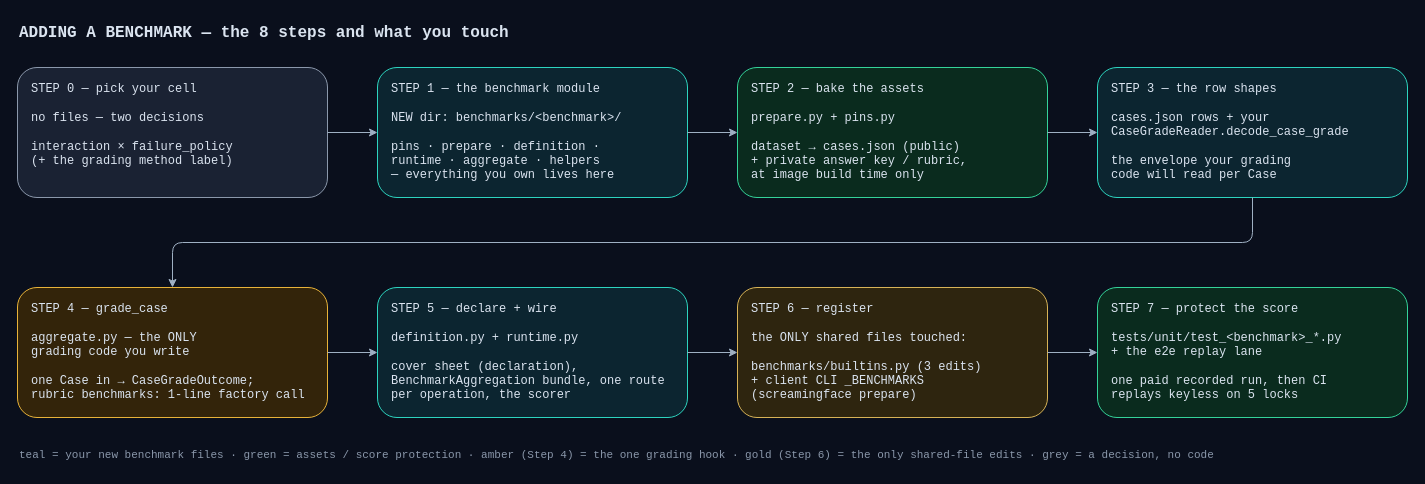
This is apps/screamingface-engine/docs/diagrams/benchmark-onboarding-steps.drawio from ScreamingFace/screamingface, a draw.io file, before an edit. Source tidied: cells renumbered, new cells numbered last; positions are measured from the earlier drawing's top-left corner, leaving out a move shared by most shapes. Both pictures are drawn from the tidied source at 100%, with x=0, y=0 at pixel (17, 17).
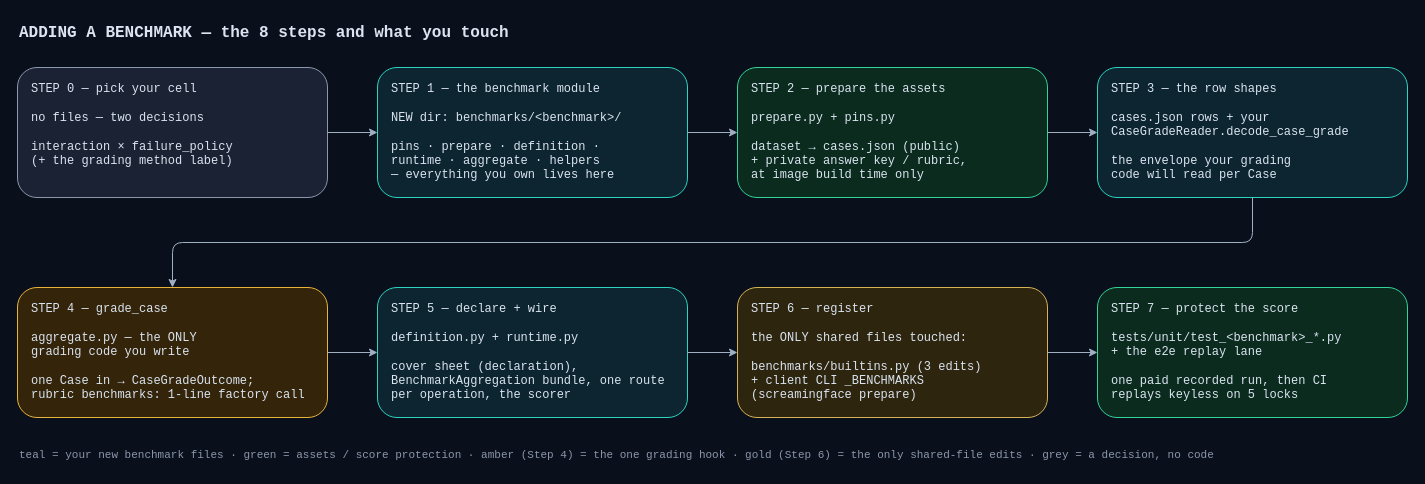
The same diagram, later.

What changed in the source:
```diff
@@
-    <mxCell id="5" value="STEP 2 — bake the assets&#10;&#10;prepare.py + pins.py&#10;&#10;dataset → cases.json (public)&#10;+ private answer key / rubric,&#10;at image build time only" style="rounded=1;whiteSpace=wrap;html=1;fillColor=#0a2b1e;strokeColor=#34d399;fontColor=#dbe4f0;fontFamily=Courier New;fontSize=12;align=left;spacingLeft=12;verticalAlign=top;spacingTop=8;" parent="1" vertex="1">
+    <mxCell id="5" value="STEP 2 — prepare the assets&#10;&#10;prepare.py + pins.py&#10;&#10;dataset → cases.json (public)&#10;+ private answer key / rubric,&#10;at image build time only" style="rounded=1;whiteSpace=wrap;html=1;fillColor=#0a2b1e;strokeColor=#34d399;fontColor=#dbe4f0;fontFamily=Courier New;fontSize=12;align=left;spacingLeft=12;verticalAlign=top;spacingTop=8;" parent="1" vertex="1">
       <mxGeometry x="720" y="50" width="310" height="130" as="geometry" />
     </mxCell>
```
